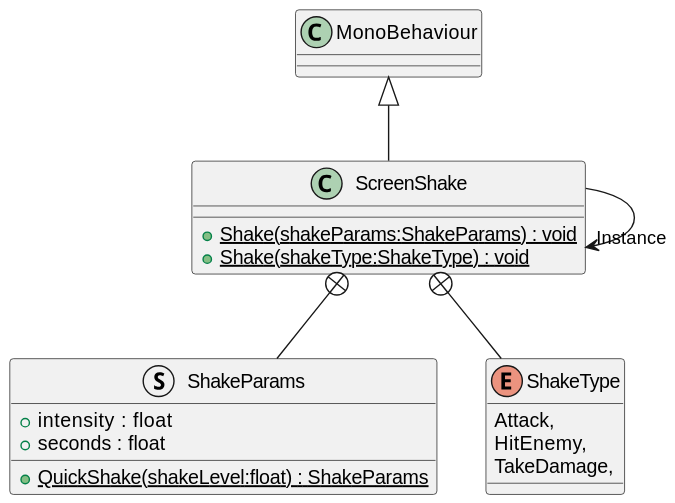
Earlier version of the PlantUML export UML/Effect/ScreenShake.svg (KawinM23/TakeControl). Source of this version:
```plantuml
@startuml
class ScreenShake {
    + {static} Shake(shakeParams:ShakeParams) : void
    + {static} Shake(shakeType:ShakeType) : void
}
struct ShakeParams {
    + intensity : float
    + seconds : float
    + {static} QuickShake(shakeLevel:float) : ShakeParams
}
enum ShakeType {
    Attack,
    HitEnemy,
    TakeDamage,
}
MonoBehaviour <|-- ScreenShake
ScreenShake --> "Instance" ScreenShake
ScreenShake +-- ShakeParams
ScreenShake +-- ShakeType
@enduml
```
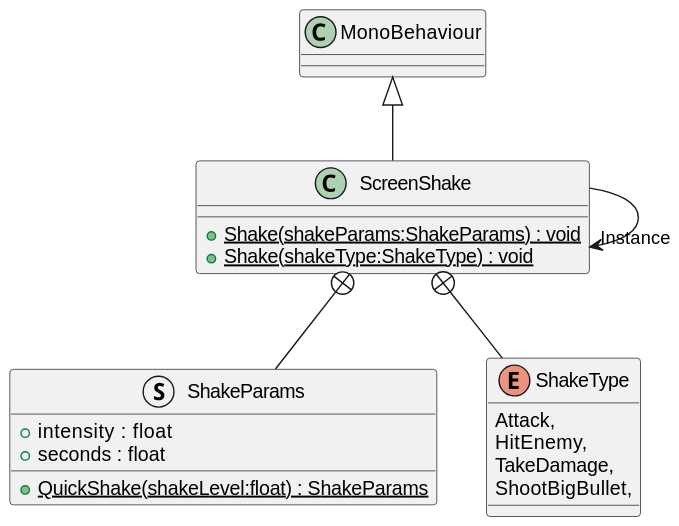
Later version of the same file.

Diff of the diagram source:
```diff
@@ -12,6 +12,7 @@
     Attack,
     HitEnemy,
     TakeDamage,
+    ShootBigBullet,
 }
 MonoBehaviour <|-- ScreenShake
 ScreenShake --> "Instance" ScreenShake
```
